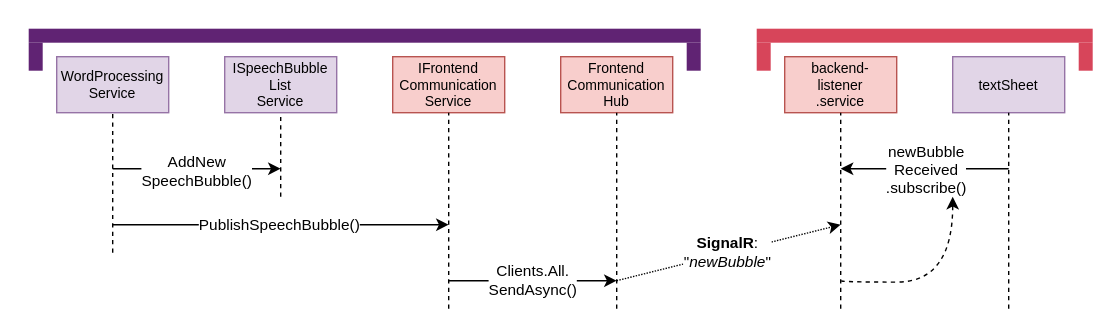
Above: TechnicalDocumentation/arc42/img/Prozess_SpeechBubble_Publish.drawio.svg in Subletic/Documentation (draw.io), before the change. Source tidied: cells renumbered, new cells last; positions are measured from the earlier drawing's top-left corner, leaving out a move shared by most shapes.
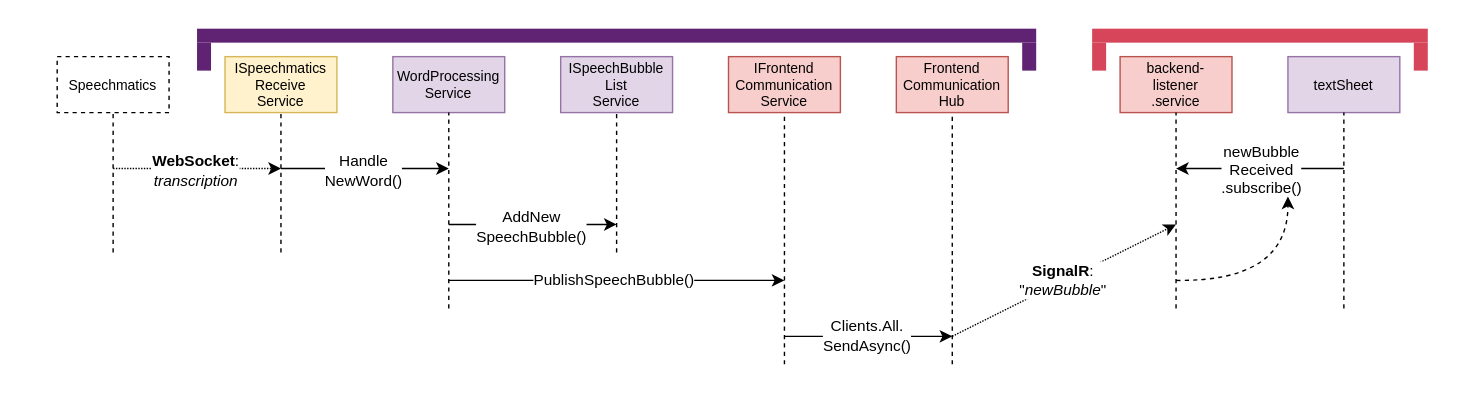
After the change.

Change to the diagram source:
```diff
@@ -3,14 +3,14 @@
     <mxCell id="0" />
     <mxCell id="1" parent="0" />
     <mxCell id="2" style="rounded=0;whiteSpace=wrap;html=1;strokeColor=none;" parent="1" vertex="1">
-      <mxGeometry width="800" height="240" as="geometry" />
+      <mxGeometry x="-240" width="1040" height="280" as="geometry" />
     </mxCell>
     <mxCell id="3" value="WordProcessing&lt;br&gt;Service" style="rounded=0;whiteSpace=wrap;html=1;fillColor=#e1d5e7;fontSize=10;strokeColor=#9673a6;" parent="1" vertex="1">
       <mxGeometry x="40" y="40" width="80" height="40" as="geometry" />
     </mxCell>
     <mxCell id="4" style="endArrow=none;html=1;rounded=0;dashed=1;entryX=0.5;entryY=1;entryDx=0;entryDy=0;" parent="1" edge="1" target="3">
       <mxGeometry relative="1" as="geometry">
-        <mxPoint x="80" y="180" as="sourcePoint" />
+        <mxPoint x="80" y="220" as="sourcePoint" />
       </mxGeometry>
     </mxCell>
     <mxCell id="5" value="ISpeechBubble&lt;br&gt;List&lt;br&gt;Service" style="rounded=0;whiteSpace=wrap;html=1;fillColor=#e1d5e7;fontSize=10;strokeColor=#9673a6;" parent="1" vertex="1">
@@ -18,13 +18,13 @@
     </mxCell>
     <mxCell id="6" style="endArrow=none;html=1;rounded=0;dashed=1;entryX=0.5;entryY=1;entryDx=0;entryDy=0;" parent="1" edge="1" target="5">
       <mxGeometry relative="1" as="geometry">
-        <mxPoint x="200" y="140" as="sourcePoint" />
+        <mxPoint x="200" y="180" as="sourcePoint" />
       </mxGeometry>
     </mxCell>
     <mxCell id="7" style="endArrow=classic;html=1;rounded=0;" parent="1" edge="1">
       <mxGeometry relative="1" as="geometry">
-        <mxPoint x="80" y="120" as="sourcePoint" />
-        <mxPoint x="200" y="120" as="targetPoint" />
+        <mxPoint x="80" y="160" as="sourcePoint" />
+        <mxPoint x="200" y="160" as="targetPoint" />
       </mxGeometry>
     </mxCell>
     <mxCell id="8" value="AddNew&lt;br&gt;SpeechBubble()" style="edgeLabel;html=1;align=center;verticalAlign=middle;" parent="7" vertex="1">
@@ -35,13 +35,13 @@
     </mxCell>
     <mxCell id="10" style="endArrow=none;html=1;rounded=0;dashed=1;entryX=0.5;entryY=1;entryDx=0;entryDy=0;" parent="1" edge="1" target="9">
       <mxGeometry relative="1" as="geometry">
-        <mxPoint x="320" y="220" as="sourcePoint" />
+        <mxPoint x="320" y="260" as="sourcePoint" />
       </mxGeometry>
     </mxCell>
     <mxCell id="11" style="endArrow=classic;html=1;rounded=0;" parent="1" edge="1">
       <mxGeometry relative="1" as="geometry">
-        <mxPoint x="80" y="160" as="sourcePoint" />
-        <mxPoint x="320" y="160" as="targetPoint" />
+        <mxPoint x="80" y="200" as="sourcePoint" />
+        <mxPoint x="320" y="200" as="targetPoint" />
       </mxGeometry>
     </mxCell>
     <mxCell id="12" value="PublishSpeechBubble()" style="edgeLabel;html=1;align=center;verticalAlign=middle;" parent="11" vertex="1">
@@ -52,13 +52,13 @@
     </mxCell>
     <mxCell id="14" style="endArrow=none;html=1;rounded=0;dashed=1;entryX=0.5;entryY=1;entryDx=0;entryDy=0;" parent="1" edge="1" target="13">
       <mxGeometry relative="1" as="geometry">
-        <mxPoint x="440" y="220" as="sourcePoint" />
+        <mxPoint x="440" y="260" as="sourcePoint" />
       </mxGeometry>
     </mxCell>
     <mxCell id="15" style="endArrow=classic;html=1;rounded=0;" parent="1" edge="1">
       <mxGeometry relative="1" as="geometry">
-        <mxPoint x="320" y="200" as="sourcePoint" />
-        <mxPoint x="440" y="200" as="targetPoint" />
+        <mxPoint x="320" y="240" as="sourcePoint" />
+        <mxPoint x="440" y="240" as="targetPoint" />
       </mxGeometry>
     </mxCell>
     <mxCell id="16" value="Clients.All.&lt;br&gt;SendAsync()" style="edgeLabel;html=1;align=center;verticalAlign=middle;" parent="15" vertex="1">
@@ -74,7 +74,7 @@
     </mxCell>
     <mxCell id="19" style="endArrow=classic;html=1;rounded=0;dashed=1;dashPattern=1 1;" parent="1" edge="1">
       <mxGeometry relative="1" as="geometry">
-        <mxPoint x="440" y="200" as="sourcePoint" />
+        <mxPoint x="440" y="240" as="sourcePoint" />
         <mxPoint x="600" y="160" as="targetPoint" />
       </mxGeometry>
     </mxCell>
@@ -111,10 +111,10 @@
       </mxGeometry>
     </mxCell>
     <mxCell id="26" style="rounded=0;whiteSpace=wrap;html=1;strokeColor=none;fillColor=#602373;" parent="1" vertex="1">
-      <mxGeometry x="20" y="30" width="10" height="20" as="geometry" />
+      <mxGeometry x="-100" y="30" width="10" height="20" as="geometry" />
     </mxCell>
     <mxCell id="27" style="rounded=0;whiteSpace=wrap;html=1;strokeColor=none;fillColor=#602373;" parent="1" vertex="1">
-      <mxGeometry x="20" y="20" width="480" height="10" as="geometry" />
+      <mxGeometry x="-100" y="20" width="600" height="10" as="geometry" />
     </mxCell>
     <mxCell id="28" style="rounded=0;whiteSpace=wrap;html=1;strokeColor=none;fillColor=#602373;" parent="1" vertex="1">
       <mxGeometry x="490" y="30" width="10" height="20" as="geometry" />
@@ -128,5 +128,39 @@
     <mxCell id="31" style="rounded=0;whiteSpace=wrap;html=1;strokeColor=none;fillColor=#d7455a;" parent="1" vertex="1">
       <mxGeometry x="770" y="30" width="10" height="20" as="geometry" />
     </mxCell>
+    <mxCell id="32" value="ISpeechmatics&lt;br&gt;Receive&lt;br&gt;Service" style="rounded=0;whiteSpace=wrap;html=1;fillColor=#fff2cc;fontSize=10;strokeColor=#d6b656;" parent="1" vertex="1">
+      <mxGeometry x="-80" y="40" width="80" height="40" as="geometry" />
+    </mxCell>
+    <mxCell id="33" style="endArrow=none;html=1;rounded=0;dashed=1;entryX=0.5;entryY=1;entryDx=0;entryDy=0;" parent="1" edge="1" target="32">
+      <mxGeometry relative="1" as="geometry">
+        <mxPoint x="-40" y="180" as="sourcePoint" />
+      </mxGeometry>
+    </mxCell>
+    <mxCell id="34" style="endArrow=classic;html=1;rounded=0;" parent="1" edge="1">
+      <mxGeometry relative="1" as="geometry">
+        <mxPoint x="-40" y="120" as="sourcePoint" />
+        <mxPoint x="80" y="120" as="targetPoint" />
+      </mxGeometry>
+    </mxCell>
+    <mxCell id="35" value="Handle&lt;br&gt;NewWord()" style="edgeLabel;html=1;align=center;verticalAlign=middle;" parent="34" vertex="1">
+      <mxGeometry x="-0.02" y="-1" relative="1" as="geometry" />
+    </mxCell>
+    <mxCell id="36" value="Speechmatics" style="rounded=0;whiteSpace=wrap;html=1;fillColor=none;fontSize=10;strokeColor=#000000;dashed=1;" parent="1" vertex="1">
+      <mxGeometry x="-200" y="40" width="80" height="40" as="geometry" />
+    </mxCell>
+    <mxCell id="37" style="endArrow=none;html=1;rounded=0;dashed=1;entryX=0.5;entryY=1;entryDx=0;entryDy=0;" parent="1" edge="1" target="36">
+      <mxGeometry relative="1" as="geometry">
+        <mxPoint x="-160" y="180" as="sourcePoint" />
+      </mxGeometry>
+    </mxCell>
+    <mxCell id="38" style="endArrow=classic;html=1;rounded=0;dashed=1;dashPattern=1 1;" parent="1" edge="1">
+      <mxGeometry relative="1" as="geometry">
+        <mxPoint x="-160" y="120" as="sourcePoint" />
+        <mxPoint x="-40" y="120" as="targetPoint" />
+      </mxGeometry>
+    </mxCell>
+    <mxCell id="39" value="&lt;b&gt;WebSocket&lt;/b&gt;:&lt;br&gt;&lt;i&gt;transcription&lt;/i&gt;" style="edgeLabel;html=1;align=center;verticalAlign=middle;" parent="38" vertex="1">
+      <mxGeometry x="-0.02" y="-1" relative="1" as="geometry" />
+    </mxCell>
   </root>
 </mxGraphModel>
```
